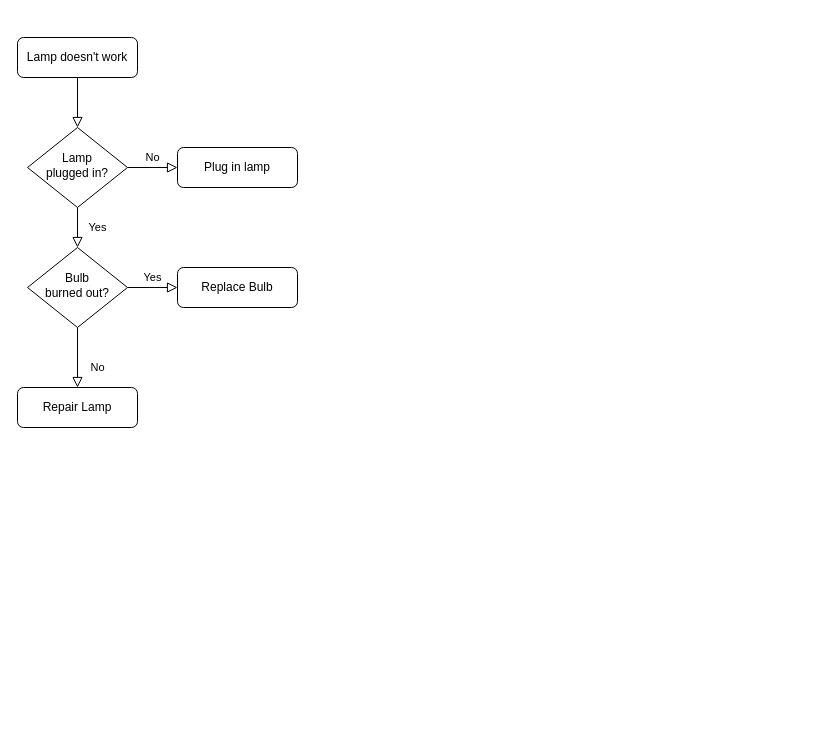
UMkevin/LearnGitCode keeps this draw.io diagram as Untitled Diagram.drawio. Above is the earlier version. Source tidied: cells renumbered, new cells numbered last; positions are measured from the earlier drawing's top-left corner, leaving out a move shared by most shapes. Both pictures are drawn from the tidied source at 100%, with x=0, y=0 at pixel (17, 37).
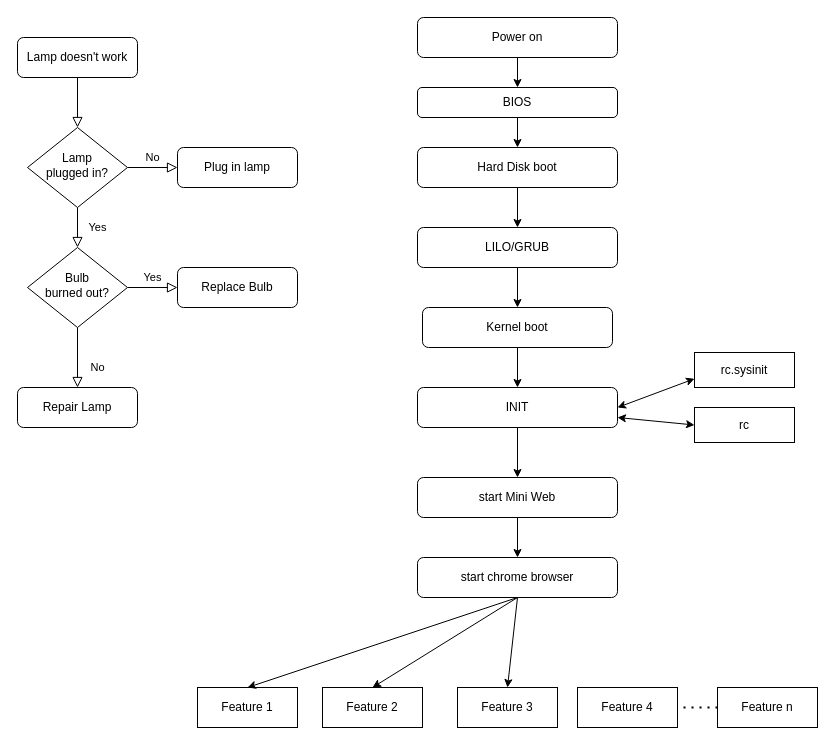
After the change.

Diff of the diagram source:
```diff
@@
+    <mxCell id="13" style="edgeStyle=orthogonalEdgeStyle;rounded=0;jettySize=auto;html=1;exitX=0.5;exitY=1;exitDx=0;exitDy=0;entryX=0.5;entryY=0;entryDx=0;entryDy=0;" parent="1" edge="1" source="14" target="16">
+      <mxGeometry relative="1" as="geometry" />
+    </mxCell>
+    <mxCell id="14" value="Power on" style="rounded=1;whiteSpace=wrap;html=1;" parent="1" vertex="1">
+      <mxGeometry x="400" y="-20" width="200" height="40" as="geometry" />
+    </mxCell>
+    <mxCell id="15" style="edgeStyle=orthogonalEdgeStyle;rounded=0;jettySize=auto;html=1;exitX=0.5;exitY=1;exitDx=0;exitDy=0;entryX=0.5;entryY=0;entryDx=0;entryDy=0;" parent="1" edge="1" source="16" target="18">
+      <mxGeometry relative="1" as="geometry" />
+    </mxCell>
+    <mxCell id="16" value="BIOS" style="rounded=1;whiteSpace=wrap;html=1;" parent="1" vertex="1">
+      <mxGeometry x="400" y="50" width="200" height="30" as="geometry" />
+    </mxCell>
+    <mxCell id="17" style="edgeStyle=orthogonalEdgeStyle;rounded=0;jettySize=auto;html=1;exitX=0.5;exitY=1;exitDx=0;exitDy=0;entryX=0.5;entryY=0;entryDx=0;entryDy=0;" parent="1" edge="1" source="18" target="20">
+      <mxGeometry relative="1" as="geometry" />
+    </mxCell>
+    <mxCell id="18" value="Hard Disk boot" style="rounded=1;whiteSpace=wrap;html=1;" parent="1" vertex="1">
+      <mxGeometry x="400" y="110" width="200" height="40" as="geometry" />
+    </mxCell>
+    <mxCell id="19" style="edgeStyle=orthogonalEdgeStyle;rounded=0;jettySize=auto;html=1;exitX=0.5;exitY=1;exitDx=0;exitDy=0;" parent="1" edge="1" source="20" target="22">
+      <mxGeometry relative="1" as="geometry" />
+    </mxCell>
+    <mxCell id="20" value="LILO/GRUB" style="rounded=1;whiteSpace=wrap;html=1;" parent="1" vertex="1">
+      <mxGeometry x="400" y="190" width="200" height="40" as="geometry" />
+    </mxCell>
+    <mxCell id="21" style="edgeStyle=orthogonalEdgeStyle;rounded=0;jettySize=auto;html=1;exitX=0.5;exitY=1;exitDx=0;exitDy=0;entryX=0.5;entryY=0;entryDx=0;entryDy=0;" parent="1" edge="1" source="22" target="24">
+      <mxGeometry relative="1" as="geometry" />
+    </mxCell>
+    <mxCell id="22" value="Kernel boot" style="rounded=1;whiteSpace=wrap;html=1;" parent="1" vertex="1">
+      <mxGeometry x="405" y="270" width="190" height="40" as="geometry" />
+    </mxCell>
+    <mxCell id="23" style="edgeStyle=orthogonalEdgeStyle;rounded=0;jettySize=auto;html=1;exitX=0.5;exitY=1;exitDx=0;exitDy=0;entryX=0.5;entryY=0;entryDx=0;entryDy=0;" parent="1" edge="1" source="24" target="30">
+      <mxGeometry relative="1" as="geometry" />
+    </mxCell>
+    <mxCell id="24" value="INIT" style="rounded=1;whiteSpace=wrap;html=1;" parent="1" vertex="1">
+      <mxGeometry x="400" y="350" width="200" height="40" as="geometry" />
+    </mxCell>
+    <mxCell id="25" value="rc" style="rounded=0;whiteSpace=wrap;html=1;" parent="1" vertex="1">
+      <mxGeometry x="677" y="370" width="100" height="35" as="geometry" />
+    </mxCell>
+    <mxCell id="26" value="rc.sysinit" style="rounded=0;whiteSpace=wrap;html=1;" parent="1" vertex="1">
+      <mxGeometry x="677" y="315" width="100" height="35" as="geometry" />
+    </mxCell>
+    <mxCell id="27" style="endArrow=classic;startArrow=classic;html=1;entryX=0;entryY=0.75;entryDx=0;entryDy=0;exitX=1;exitY=0.5;exitDx=0;exitDy=0;" parent="1" edge="1" source="24" target="26">
+      <mxGeometry relative="1" as="geometry" />
+    </mxCell>
+    <mxCell id="28" style="endArrow=classic;startArrow=classic;html=1;entryX=0;entryY=0.5;entryDx=0;entryDy=0;exitX=1;exitY=0.75;exitDx=0;exitDy=0;" parent="1" edge="1" source="24" target="25">
+      <mxGeometry relative="1" as="geometry" />
+    </mxCell>
+    <mxCell id="29" style="edgeStyle=orthogonalEdgeStyle;rounded=0;jettySize=auto;html=1;exitX=0.5;exitY=1;exitDx=0;exitDy=0;entryX=0.5;entryY=0;entryDx=0;entryDy=0;" parent="1" edge="1" source="30" target="31">
+      <mxGeometry relative="1" as="geometry" />
+    </mxCell>
+    <mxCell id="30" value="start Mini Web" style="rounded=1;whiteSpace=wrap;html=1;" parent="1" vertex="1">
+      <mxGeometry x="400" y="440" width="200" height="40" as="geometry" />
+    </mxCell>
+    <mxCell id="31" value="start chrome browser" style="rounded=1;whiteSpace=wrap;html=1;" parent="1" vertex="1">
+      <mxGeometry x="400" y="520" width="200" height="40" as="geometry" />
+    </mxCell>
+    <mxCell id="32" value="Feature 1" style="rounded=0;whiteSpace=wrap;html=1;" parent="1" vertex="1">
+      <mxGeometry x="180" y="650" width="100" height="40" as="geometry" />
+    </mxCell>
+    <mxCell id="33" value="&lt;span&gt;Feature 2&lt;/span&gt;" style="rounded=0;whiteSpace=wrap;html=1;" parent="1" vertex="1">
+      <mxGeometry x="305" y="650" width="100" height="40" as="geometry" />
+    </mxCell>
+    <mxCell id="34" value="&lt;span&gt;Feature 3&lt;/span&gt;" style="rounded=0;whiteSpace=wrap;html=1;" parent="1" vertex="1">
+      <mxGeometry x="440" y="650" width="100" height="40" as="geometry" />
+    </mxCell>
+    <mxCell id="35" value="&lt;span&gt;Feature 4&lt;/span&gt;" style="rounded=0;whiteSpace=wrap;html=1;" parent="1" vertex="1">
+      <mxGeometry x="560" y="650" width="100" height="40" as="geometry" />
+    </mxCell>
+    <mxCell id="36" value="&lt;span&gt;Feature n&lt;/span&gt;" style="rounded=0;whiteSpace=wrap;html=1;" parent="1" vertex="1">
+      <mxGeometry x="700" y="650" width="100" height="40" as="geometry" />
+    </mxCell>
+    <mxCell id="37" style="endArrow=none;dashed=1;html=1;dashPattern=1 3;strokeWidth=2;entryX=1;entryY=0.5;entryDx=0;entryDy=0;exitX=0;exitY=0.5;exitDx=0;exitDy=0;" parent="1" edge="1" source="36" target="35">
+      <mxGeometry relative="1" as="geometry" />
+    </mxCell>
+    <mxCell id="38" style="endArrow=classic;html=1;entryX=0.5;entryY=0;entryDx=0;entryDy=0;" parent="1" edge="1" target="32">
+      <mxGeometry relative="1" as="geometry">
+        <mxPoint x="500" y="560" as="sourcePoint" />
+      </mxGeometry>
+    </mxCell>
+    <mxCell id="39" style="endArrow=classic;html=1;exitX=0.5;exitY=1;exitDx=0;exitDy=0;entryX=0.5;entryY=0;entryDx=0;entryDy=0;" parent="1" edge="1" source="31" target="33">
+      <mxGeometry relative="1" as="geometry" />
+    </mxCell>
+    <mxCell id="40" style="endArrow=classic;html=1;exitX=0.5;exitY=1;exitDx=0;exitDy=0;entryX=0.5;entryY=0;entryDx=0;entryDy=0;" parent="1" edge="1" source="31" target="34">
+      <mxGeometry relative="1" as="geometry" />
+    </mxCell>
```
